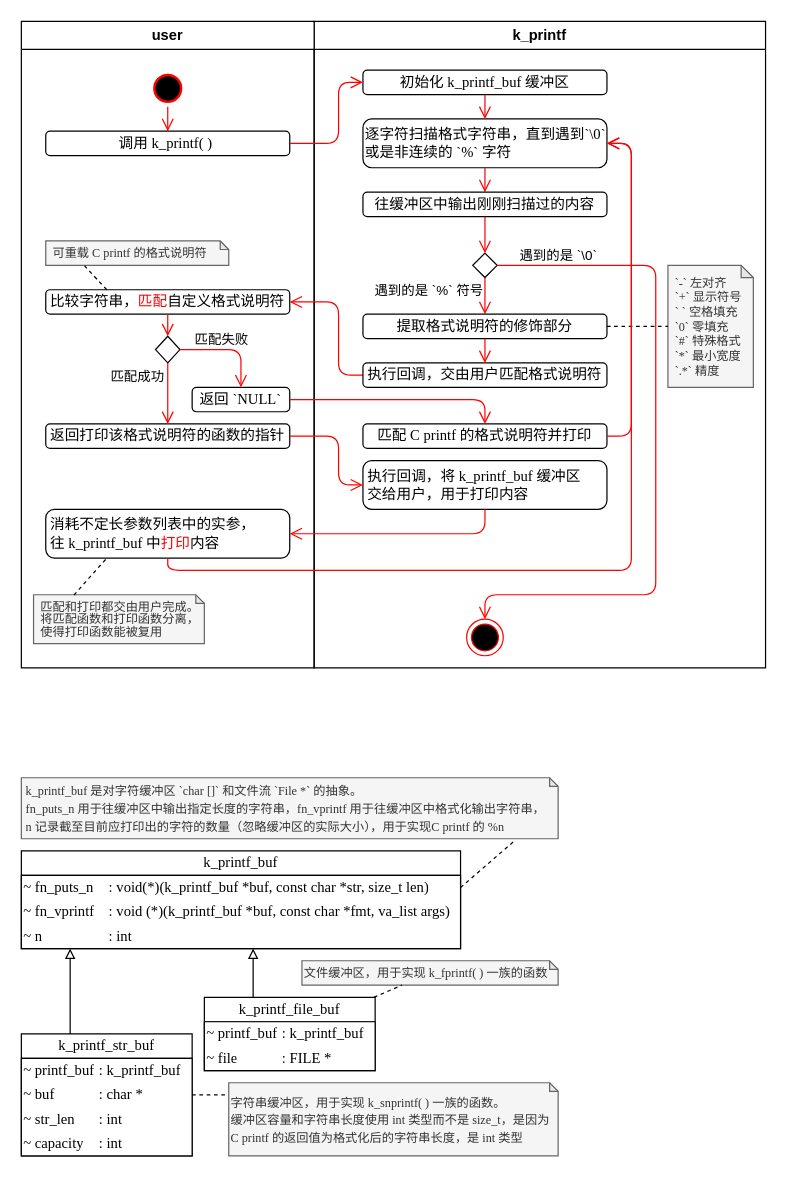
Above: page "k_printf" (7 of 10) of docs/drawio/k_utils.drawio in szdxdxdx/k_game (draw.io), before the change. Source tidied: cells renumbered, new cells numbered last; positions are measured from the earlier drawing's top-left corner, leaving out a move shared by most shapes. Both pictures are drawn from the tidied source at 122%, with x=0, y=0 at pixel (21, 21).
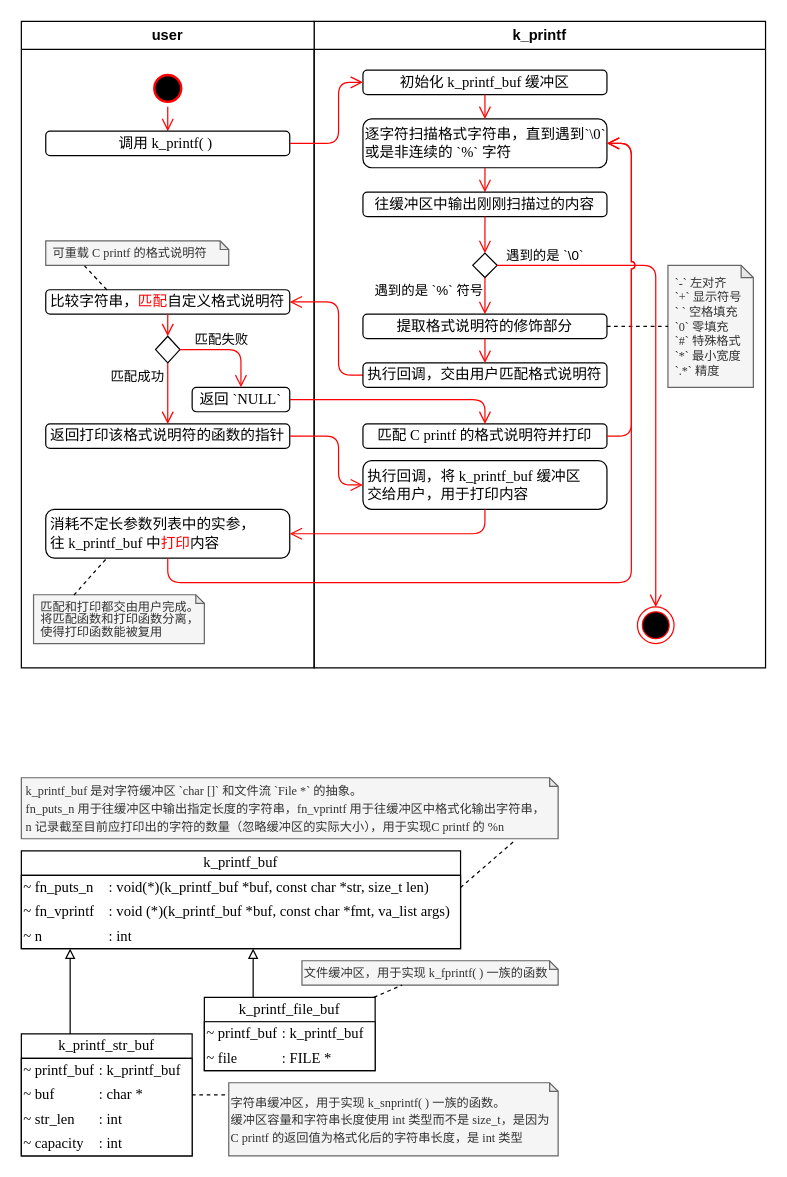
After the change.

The change refers to these unchanged cells:
```xml
<mxCell id="42" value="k_printf" style="swimlane;whiteSpace=wrap;html=1;" parent="1" vertex="1">
  <mxGeometry x="240" width="370" height="530" as="geometry" />
</mxCell>
<mxCell id="46" style="rhombus;whiteSpace=wrap;html=1;" parent="42" vertex="1">
  <mxGeometry x="130" y="190" width="20" height="20" as="geometry" />
</mxCell>
<mxCell id="61" value="&lt;font face=&quot;Times New Roman&quot;&gt;消耗不定长参数列表中的实参，&lt;br&gt;往 k_printf_buf 中&lt;font color=&quot;#ff0000&quot;&gt;打印&lt;/font&gt;内容&lt;/font&gt;" style="rounded=1;whiteSpace=wrap;html=1;arcSize=18;align=left;spacingLeft=2;" parent="49" vertex="1">
  <mxGeometry x="20" y="400" width="200" height="40" as="geometry" />
</mxCell>
<mxCell id="69" value="&lt;font face=&quot;Times New Roman&quot;&gt;逐字符扫描格式字符串，直到遇到`\0`&lt;br&gt;或是非连续的 `%` 字符&lt;/font&gt;" style="rounded=1;whiteSpace=wrap;html=1;arcSize=18;align=left;" parent="1" vertex="1">
  <mxGeometry x="280" y="80" width="200" height="40" as="geometry" />
</mxCell>
<mxCell id="78" value="&lt;div style=&quot;&quot;&gt;&lt;span style=&quot;font-family: &amp;quot;Times New Roman&amp;quot;; background-color: initial;&quot;&gt;匹配 C printf 的格式说明符并打印&lt;/span&gt;&lt;/div&gt;" style="rounded=1;whiteSpace=wrap;html=1;arcSize=18;align=center;" parent="1" vertex="1">
  <mxGeometry x="280" y="330" width="200" height="20" as="geometry" />
</mxCell>
```

The edit, as a diff of the source:
```diff
@@
     <mxCell id="44" style="ellipse;html=1;shape=endState;fillColor=#000000;strokeColor=#ff0000;" parent="42" vertex="1">
-      <mxGeometry x="125" y="490" width="30" height="30" as="geometry" />
+      <mxGeometry x="265" y="480" width="30" height="30" as="geometry" />
     </mxCell>
@@
     <mxCell id="47" style="edgeStyle=orthogonalEdgeStyle;html=1;align=left;verticalAlign=top;endArrow=open;endSize=8;strokeColor=#ff0000;rounded=1;jumpStyle=arc;" parent="42" edge="1" source="46" target="44">
       <mxGeometry x="-1" y="30" relative="1" as="geometry">
         <Array as="points">
           <mxPoint x="280" y="200" />
-          <mxPoint x="280" y="470" />
-          <mxPoint x="140" y="470" />
         </Array>
       </mxGeometry>
     </mxCell>
@@
-    <mxCell id="84" style="edgeStyle=orthogonalEdgeStyle;html=1;align=left;verticalAlign=top;endArrow=open;endSize=8;strokeColor=#ff0000;rounded=1;" parent="1" edge="1" source="61" target="69">
+    <mxCell id="84" style="edgeStyle=orthogonalEdgeStyle;html=1;align=left;verticalAlign=top;endArrow=open;endSize=8;strokeColor=#ff0000;rounded=1;jumpStyle=arc;" parent="1" edge="1" source="61" target="69">
       <mxGeometry y="-25" relative="1" as="geometry">
         <Array as="points">
-          <mxPoint x="500" y="450" />
+          <mxPoint x="120" y="460" />
+          <mxPoint x="500" y="460" />
           <mxPoint x="500" y="100" />
         </Array>
       </mxGeometry>
     </mxCell>
-    <mxCell id="85" style="edgeStyle=orthogonalEdgeStyle;html=1;align=left;verticalAlign=top;endArrow=open;endSize=8;strokeColor=#ff0000;rounded=1;" parent="1" edge="1" source="78" target="69">
+    <mxCell id="85" style="edgeStyle=orthogonalEdgeStyle;html=1;align=left;verticalAlign=top;endArrow=open;endSize=8;strokeColor=#ff0000;rounded=1;jumpStyle=arc;" parent="1" edge="1" source="78" target="69">
       <mxGeometry y="-25" relative="1" as="geometry">
         <Array as="points">
           <mxPoint x="500" y="340" />
           <mxPoint x="500" y="100" />
         </Array>
       </mxGeometry>
     </mxCell>
```
